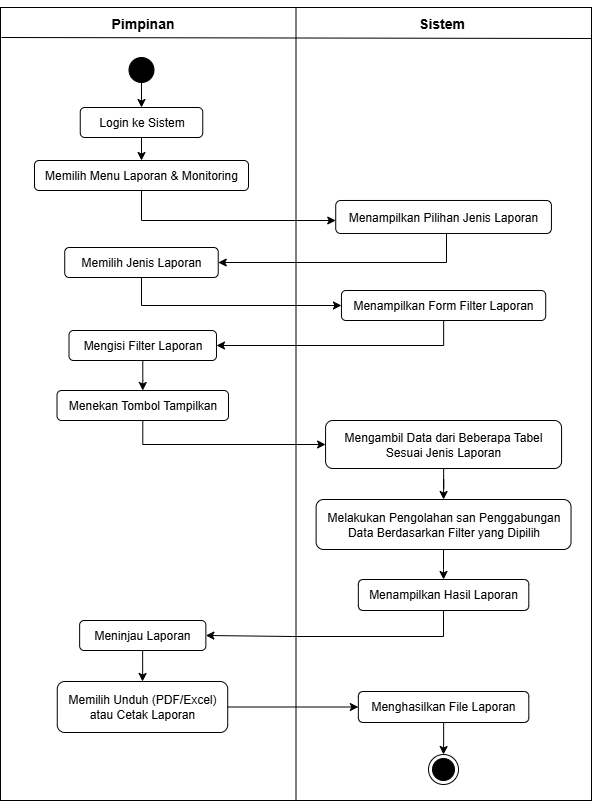
fatihfaritshi/Draft-Tugas-Akhir- keeps this draw.io diagram as Activity Diagram/Laporan AD.drawio.png. Above is the earlier version. Source tidied: cells renumbered, new cells last; positions are measured from the earlier drawing's top-left corner, leaving out a move shared by most shapes.
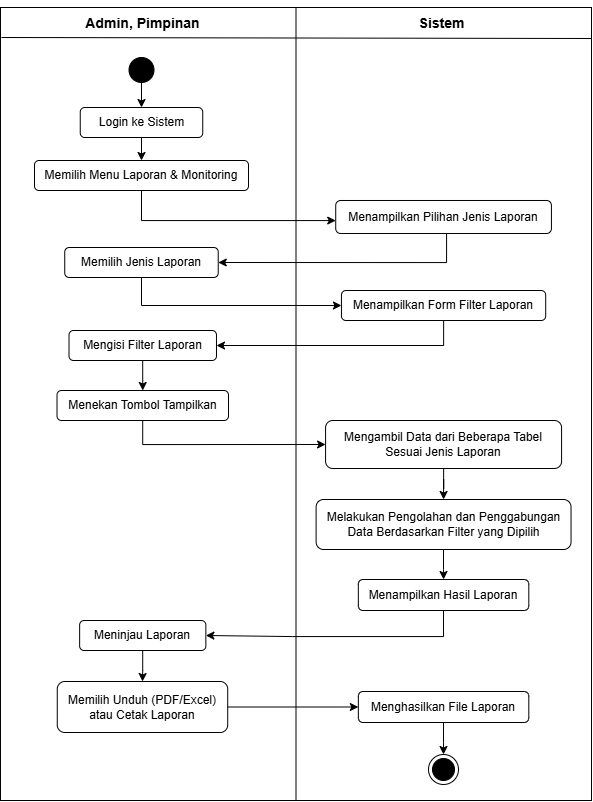
The same file after the commit.

Diff of the diagram source:
```diff
@@ -14,7 +14,7 @@
         <mxPoint x="591" y="38" as="targetPoint" />
       </mxGeometry>
     </mxCell>
-    <mxCell id="5" value="&lt;font style=&quot;font-size: 14px;&quot;&gt;Pimpinan&lt;/font&gt;" style="text;strokeColor=none;fillColor=none;html=1;fontSize=24;fontStyle=1;verticalAlign=middle;align=center;" parent="1" vertex="1">
+    <mxCell id="5" value="&lt;font style=&quot;font-size: 14px;&quot;&gt;Admin, Pimpinan&lt;/font&gt;" style="text;strokeColor=none;fillColor=none;html=1;fontSize=24;fontStyle=1;verticalAlign=middle;align=center;" parent="1" vertex="1">
       <mxGeometry x="92.2" width="100" height="40" as="geometry" />
     </mxCell>
     <mxCell id="6" value="&lt;font style=&quot;font-size: 14px;&quot;&gt;Sistem&lt;/font&gt;" style="text;strokeColor=none;fillColor=none;html=1;fontSize=24;fontStyle=1;verticalAlign=middle;align=center;" parent="1" vertex="1">
@@ -90,7 +90,7 @@
     <mxCell id="24" style="edgeStyle=orthogonalEdgeStyle;rounded=0;jettySize=auto;html=1;entryX=0.5;entryY=0;entryDx=0;entryDy=0;" parent="1" edge="1" source="25" target="27">
       <mxGeometry relative="1" as="geometry" />
     </mxCell>
-    <mxCell id="25" value="Melakukan Pengolahan san Penggabungan Data Berdasarkan Filter yang Dipilih" style="rounded=1;whiteSpace=wrap;html=1;" parent="1" vertex="1">
+    <mxCell id="25" value="Melakukan Pengolahan dan Penggabungan Data Berdasarkan Filter yang Dipilih" style="rounded=1;whiteSpace=wrap;html=1;" parent="1" vertex="1">
       <mxGeometry x="315.6" y="499" width="254.9" height="50" as="geometry" />
     </mxCell>
     <mxCell id="26" style="edgeStyle=orthogonalEdgeStyle;rounded=0;jettySize=auto;html=1;entryX=1;entryY=0.5;entryDx=0;entryDy=0;" parent="1" edge="1" source="27" target="31">
```
